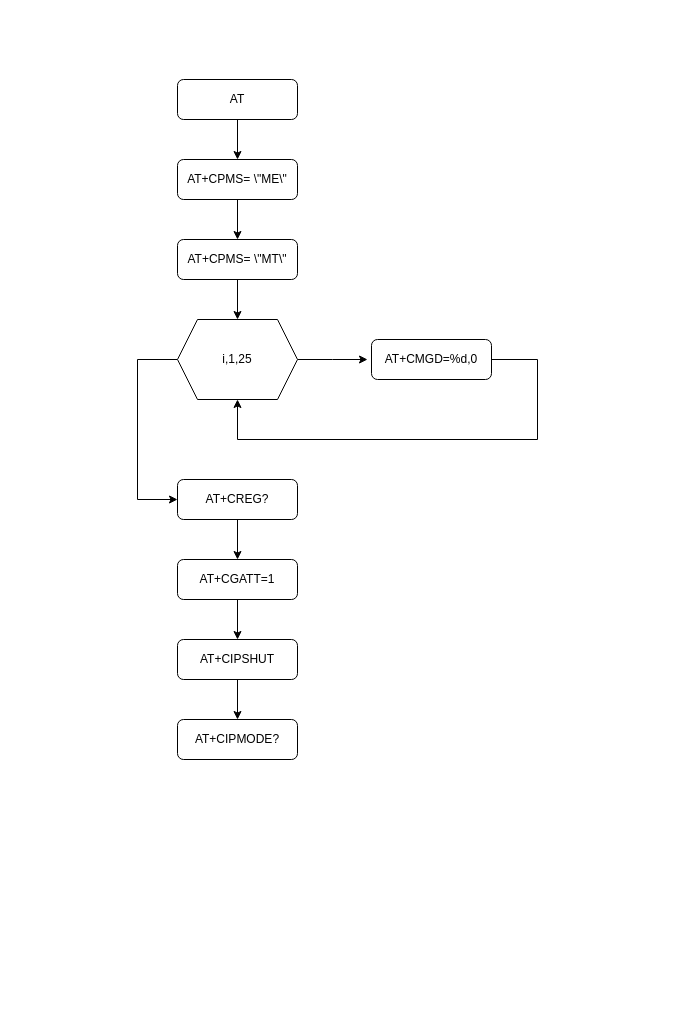
Before: Диаграмма без названия.drawio in vic-u/ArduinoGate, a draw.io diagram. Source tidied: cells renumbered, new cells numbered last; positions are measured from the earlier drawing's top-left corner, leaving out a move shared by most shapes. Both pictures are drawn from the tidied source at 100%, with x=0, y=0 at pixel (137, 79).
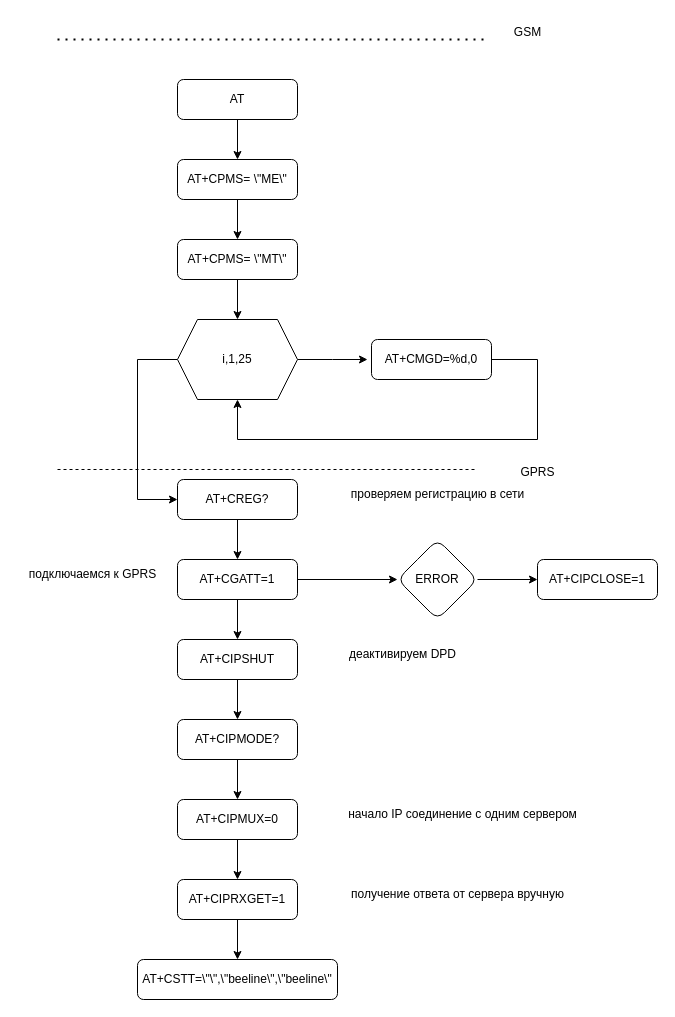
The same page after the edit.

Unchanged cells that the change refers to:
```xml
<mxCell id="16" value="AT+CGATT=1" style="rounded=1;whiteSpace=wrap;html=1;fontSize=12;glass=0;strokeWidth=1;shadow=0;" parent="1" vertex="1">
  <mxGeometry x="40" y="480" width="120" height="40" as="geometry" />
</mxCell>
<mxCell id="19" value="AT+CIPMODE?" style="rounded=1;whiteSpace=wrap;html=1;fontSize=12;glass=0;strokeWidth=1;shadow=0;" parent="1" vertex="1">
  <mxGeometry x="40" y="640" width="120" height="40" as="geometry" />
</mxCell>
```

What changed in the source:
```diff
@@
+    <mxCell id="20" style="edgeStyle=orthogonalEdgeStyle;rounded=0;jettySize=auto;html=1;" parent="1" edge="1" source="16" target="29">
+      <mxGeometry relative="1" as="geometry" />
+    </mxCell>
@@
+    <mxCell id="21" style="edgeStyle=orthogonalEdgeStyle;rounded=0;jettySize=auto;html=1;" parent="1" edge="1" source="19" target="33">
+      <mxGeometry relative="1" as="geometry" />
+    </mxCell>
@@
+    <mxCell id="22" style="endArrow=none;dashed=1;html=1;rounded=0;" parent="1" edge="1">
+      <mxGeometry relative="1" as="geometry">
+        <mxPoint x="-80" y="390" as="sourcePoint" />
+        <mxPoint x="340" y="390" as="targetPoint" />
+      </mxGeometry>
+    </mxCell>
+    <mxCell id="23" value="GPRS" style="text;html=1;align=center;verticalAlign=middle;strokeColor=none;fillColor=none;" parent="1" vertex="1">
+      <mxGeometry x="370" y="378" width="60" height="30" as="geometry" />
+    </mxCell>
+    <mxCell id="24" style="endArrow=none;dashed=1;html=1;dashPattern=1 3;strokeWidth=2;rounded=0;" parent="1" edge="1">
+      <mxGeometry relative="1" as="geometry">
+        <mxPoint x="-80" y="-40" as="sourcePoint" />
+        <mxPoint x="350" y="-40" as="targetPoint" />
+      </mxGeometry>
+    </mxCell>
+    <mxCell id="25" value="GSM" style="text;html=1;align=center;verticalAlign=middle;strokeColor=none;fillColor=none;" parent="1" vertex="1">
+      <mxGeometry x="365" y="-62" width="50" height="30" as="geometry" />
+    </mxCell>
+    <mxCell id="26" value="проверяем регистрацию в сети" style="text;html=1;align=center;verticalAlign=middle;strokeColor=none;fillColor=none;" parent="1" vertex="1">
+      <mxGeometry x="200" y="400" width="200" height="30" as="geometry" />
+    </mxCell>
+    <mxCell id="27" value="подключаемся к GPRS" style="text;html=1;align=center;verticalAlign=middle;strokeColor=none;fillColor=none;" parent="1" vertex="1">
+      <mxGeometry x="-120" y="480" width="150" height="30" as="geometry" />
+    </mxCell>
+    <mxCell id="28" style="edgeStyle=orthogonalEdgeStyle;rounded=0;jettySize=auto;html=1;" parent="1" edge="1" source="29" target="30">
+      <mxGeometry relative="1" as="geometry" />
+    </mxCell>
+    <mxCell id="29" value="ERROR" style="rhombus;whiteSpace=wrap;html=1;rounded=1;glass=0;strokeWidth=1;shadow=0;" parent="1" vertex="1">
+      <mxGeometry x="260" y="460" width="80" height="80" as="geometry" />
+    </mxCell>
+    <mxCell id="30" value="AT+CIPCLOSE=1" style="whiteSpace=wrap;html=1;rounded=1;glass=0;strokeWidth=1;shadow=0;" parent="1" vertex="1">
+      <mxGeometry x="400" y="480" width="120" height="40" as="geometry" />
+    </mxCell>
+    <mxCell id="31" value="деактивируем DPD" style="text;html=1;align=center;verticalAlign=middle;strokeColor=none;fillColor=none;" parent="1" vertex="1">
+      <mxGeometry x="200" y="560" width="130" height="30" as="geometry" />
+    </mxCell>
+    <mxCell id="32" style="edgeStyle=orthogonalEdgeStyle;rounded=0;jettySize=auto;html=1;" parent="1" edge="1" source="33" target="36">
+      <mxGeometry relative="1" as="geometry" />
+    </mxCell>
+    <mxCell id="33" value="AT+CIPMUX=0" style="rounded=1;whiteSpace=wrap;html=1;fontSize=12;glass=0;strokeWidth=1;shadow=0;" parent="1" vertex="1">
+      <mxGeometry x="40" y="720" width="120" height="40" as="geometry" />
+    </mxCell>
+    <mxCell id="34" value="начало IP соединение с одним сервером" style="text;html=1;align=center;verticalAlign=middle;strokeColor=none;fillColor=none;" parent="1" vertex="1">
+      <mxGeometry x="200" y="720" width="250" height="30" as="geometry" />
+    </mxCell>
+    <mxCell id="35" style="edgeStyle=orthogonalEdgeStyle;rounded=0;jettySize=auto;html=1;" parent="1" edge="1" source="36" target="38">
+      <mxGeometry relative="1" as="geometry" />
+    </mxCell>
+    <mxCell id="36" value="AT+CIPRXGET=1" style="rounded=1;whiteSpace=wrap;html=1;fontSize=12;glass=0;strokeWidth=1;shadow=0;" parent="1" vertex="1">
+      <mxGeometry x="40" y="800" width="120" height="40" as="geometry" />
+    </mxCell>
+    <mxCell id="37" value="получение ответа от сервера вручную" style="text;html=1;align=center;verticalAlign=middle;strokeColor=none;fillColor=none;" parent="1" vertex="1">
+      <mxGeometry x="200" y="800" width="240" height="30" as="geometry" />
+    </mxCell>
+    <mxCell id="38" value="AT+CSTT=\&quot;\&quot;,\&quot;beeline\&quot;,\&quot;beeline\&quot;" style="rounded=1;whiteSpace=wrap;html=1;fontSize=12;glass=0;strokeWidth=1;shadow=0;" parent="1" vertex="1">
+      <mxGeometry y="880" width="200" height="40" as="geometry" />
+    </mxCell>
```
